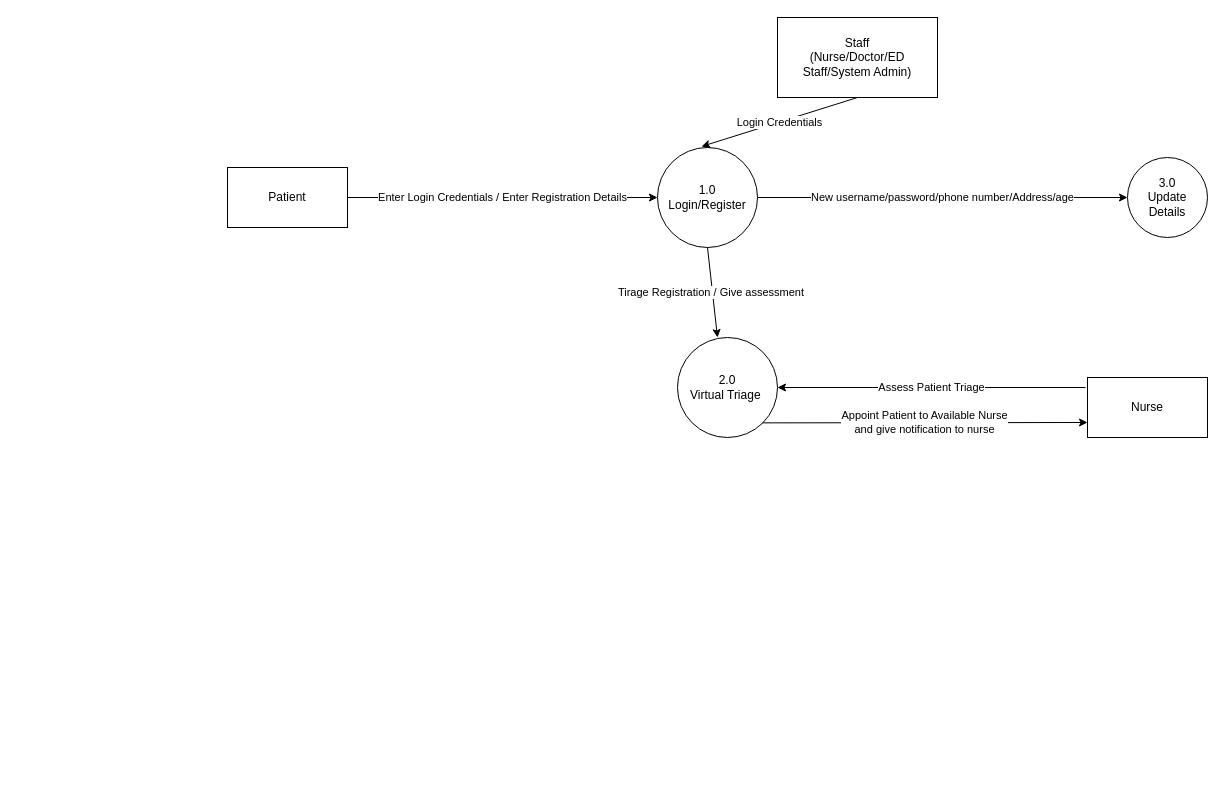
Above: Project Milestone 4/Untitled Diagram.drawio in SENG-350-2024-fall/Team-6 (draw.io), before the change. Source tidied: cells renumbered, new cells numbered last; positions are measured from the earlier drawing's top-left corner, leaving out a move shared by most shapes. Both pictures are drawn from the tidied source at 100%, with x=0, y=0 at pixel (227, 17).
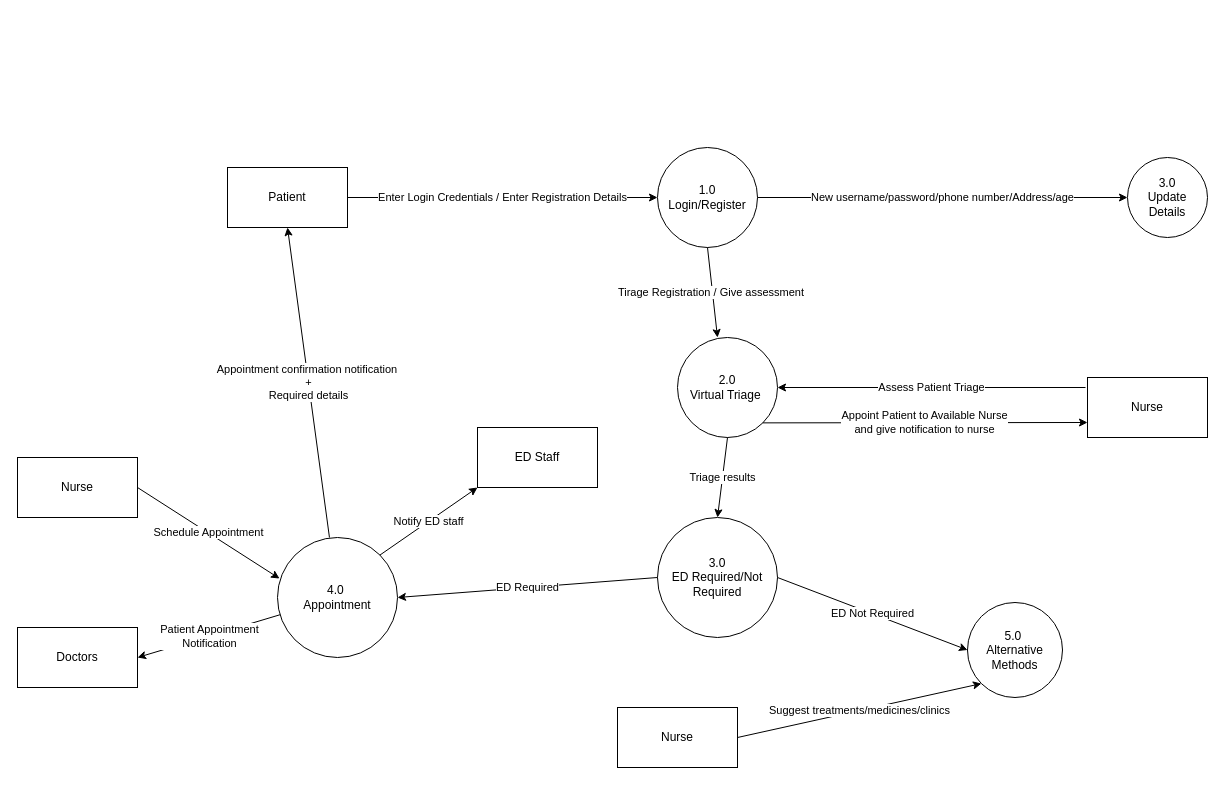
The same diagram, later.

The change refers to these unchanged cells:
```xml
<mxCell id="2" value="Patient" style="rounded=0;whiteSpace=wrap;html=1;" parent="1" vertex="1">
  <mxGeometry y="150" width="120" height="60" as="geometry" />
</mxCell>
<mxCell id="3" value="1.0&lt;div&gt;Login/Register&lt;/div&gt;" style="ellipse;whiteSpace=wrap;html=1;" parent="1" vertex="1">
  <mxGeometry x="430" y="130" width="100" height="100" as="geometry" />
</mxCell>
<mxCell id="5" value="2.0&lt;div&gt;Virtual Triage&amp;nbsp;&lt;/div&gt;" style="ellipse;whiteSpace=wrap;html=1;" parent="1" vertex="1">
  <mxGeometry x="450" y="320" width="100" height="100" as="geometry" />
</mxCell>
```

Change to the diagram source:
```diff
@@
-    <mxCell id="12" value="Staff &lt;br&gt;(Nurse/Doctor/ED Staff/System Admin)" style="rounded=0;whiteSpace=wrap;html=1;" parent="1" vertex="1">
-      <mxGeometry x="550" width="160" height="80" as="geometry" />
-    </mxCell>
-    <mxCell id="13" value="Login Credentials" style="endArrow=classic;html=1;rounded=0;entryX=0.44;entryY=-0.01;entryDx=0;entryDy=0;entryPerimeter=0;exitX=0.5;exitY=1;exitDx=0;exitDy=0;" parent="1" edge="1" source="12" target="3">
-      <mxGeometry relative="1" as="geometry" />
-    </mxCell>
+    <mxCell id="14" value="3.0&lt;div&gt;ED Required/Not Required&lt;/div&gt;" style="ellipse;whiteSpace=wrap;html=1;" parent="1" vertex="1">
+      <mxGeometry x="430" y="500" width="120" height="120" as="geometry" />
+    </mxCell>
+    <mxCell id="15" value="Triage results" style="endArrow=classic;html=1;rounded=0;entryX=0.5;entryY=0;entryDx=0;entryDy=0;exitX=0.5;exitY=1;exitDx=0;exitDy=0;" parent="1" edge="1" source="5" target="14">
+      <mxGeometry relative="1" as="geometry" />
+    </mxCell>
+    <mxCell id="16" value="4.0&amp;nbsp;&lt;div&gt;Appointment&lt;/div&gt;" style="ellipse;whiteSpace=wrap;html=1;" parent="1" vertex="1">
+      <mxGeometry x="50" y="520" width="120" height="120" as="geometry" />
+    </mxCell>
+    <mxCell id="17" value="ED Required" style="endArrow=classic;html=1;rounded=0;entryX=1;entryY=0.5;entryDx=0;entryDy=0;exitX=0;exitY=0.5;exitDx=0;exitDy=0;" parent="1" edge="1" source="14" target="16">
+      <mxGeometry relative="1" as="geometry" />
+    </mxCell>
+    <mxCell id="18" value="Nurse" style="rounded=0;whiteSpace=wrap;html=1;" parent="1" vertex="1">
+      <mxGeometry x="-210" y="440" width="120" height="60" as="geometry" />
+    </mxCell>
+    <mxCell id="19" value="Schedule Appointment" style="endArrow=classic;html=1;rounded=0;entryX=0.017;entryY=0.342;entryDx=0;entryDy=0;entryPerimeter=0;exitX=1;exitY=0.5;exitDx=0;exitDy=0;" parent="1" edge="1" source="18" target="16">
+      <mxGeometry relative="1" as="geometry" />
+    </mxCell>
+    <mxCell id="20" value="Doctors" style="rounded=0;whiteSpace=wrap;html=1;" parent="1" vertex="1">
+      <mxGeometry x="-210" y="610" width="120" height="60" as="geometry" />
+    </mxCell>
+    <mxCell id="21" value="Patient Appointment&lt;div&gt;Notification&lt;/div&gt;" style="endArrow=classic;html=1;rounded=0;entryX=1;entryY=0.5;entryDx=0;entryDy=0;" parent="1" edge="1" source="16" target="20">
+      <mxGeometry relative="1" as="geometry" />
+    </mxCell>
+    <mxCell id="22" value="Appointment confirmation notification&amp;nbsp;&lt;br&gt;+&lt;br&gt;Required details" style="endArrow=classic;html=1;rounded=0;entryX=0.5;entryY=1;entryDx=0;entryDy=0;exitX=0.433;exitY=0;exitDx=0;exitDy=0;exitPerimeter=0;" parent="1" edge="1" source="16" target="2">
+      <mxGeometry relative="1" as="geometry" />
+    </mxCell>
+    <mxCell id="23" value="ED Staff" style="rounded=0;whiteSpace=wrap;html=1;" parent="1" vertex="1">
+      <mxGeometry x="250" y="410" width="120" height="60" as="geometry" />
+    </mxCell>
+    <mxCell id="24" value="Notify ED staff" style="endArrow=classic;html=1;rounded=0;entryX=0;entryY=1;entryDx=0;entryDy=0;exitX=1;exitY=0;exitDx=0;exitDy=0;" parent="1" edge="1" source="16" target="23">
+      <mxGeometry relative="1" as="geometry" />
+    </mxCell>
+    <mxCell id="25" value="5.0&amp;nbsp;&lt;div&gt;Alternative Methods&lt;/div&gt;" style="ellipse;whiteSpace=wrap;html=1;" parent="1" vertex="1">
+      <mxGeometry x="740" y="585" width="95" height="95" as="geometry" />
+    </mxCell>
+    <mxCell id="26" value="ED Not Required" style="endArrow=classic;html=1;rounded=0;entryX=0;entryY=0.5;entryDx=0;entryDy=0;exitX=1;exitY=0.5;exitDx=0;exitDy=0;" parent="1" edge="1" source="14" target="25">
+      <mxGeometry relative="1" as="geometry" />
+    </mxCell>
+    <mxCell id="27" value="Nurse" style="rounded=0;whiteSpace=wrap;html=1;" parent="1" vertex="1">
+      <mxGeometry x="390" y="690" width="120" height="60" as="geometry" />
+    </mxCell>
+    <mxCell id="28" value="Suggest treatments/medicines/clinics" style="endArrow=classic;html=1;rounded=0;entryX=0;entryY=1;entryDx=0;entryDy=0;exitX=1;exitY=0.5;exitDx=0;exitDy=0;" parent="1" edge="1" source="27" target="25">
+      <mxGeometry relative="1" as="geometry" />
+    </mxCell>
```
